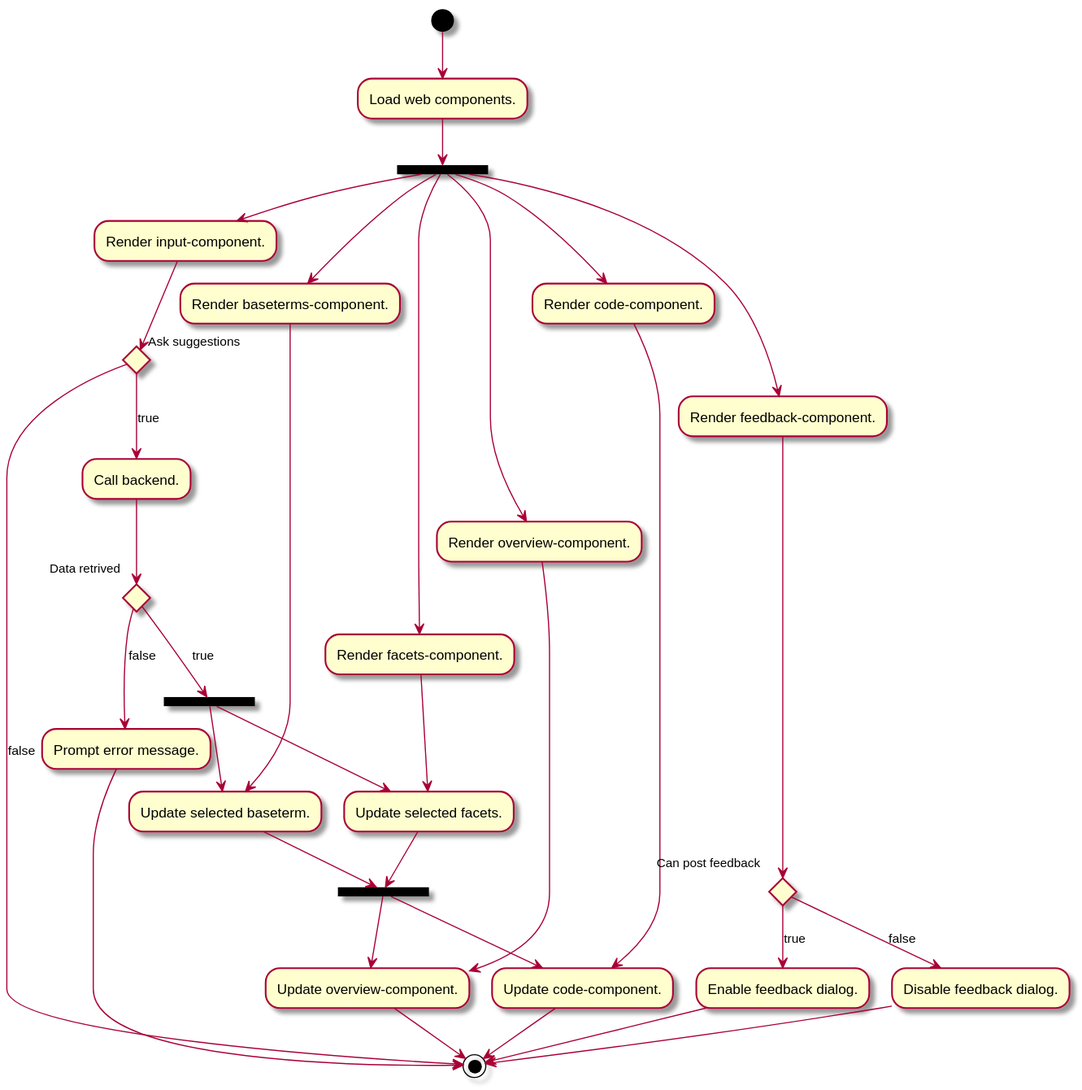
The PlantUML diagram doc/pages/home-page/home-page.svg in openefsa/foodex2-sca-frontend, before a commit.
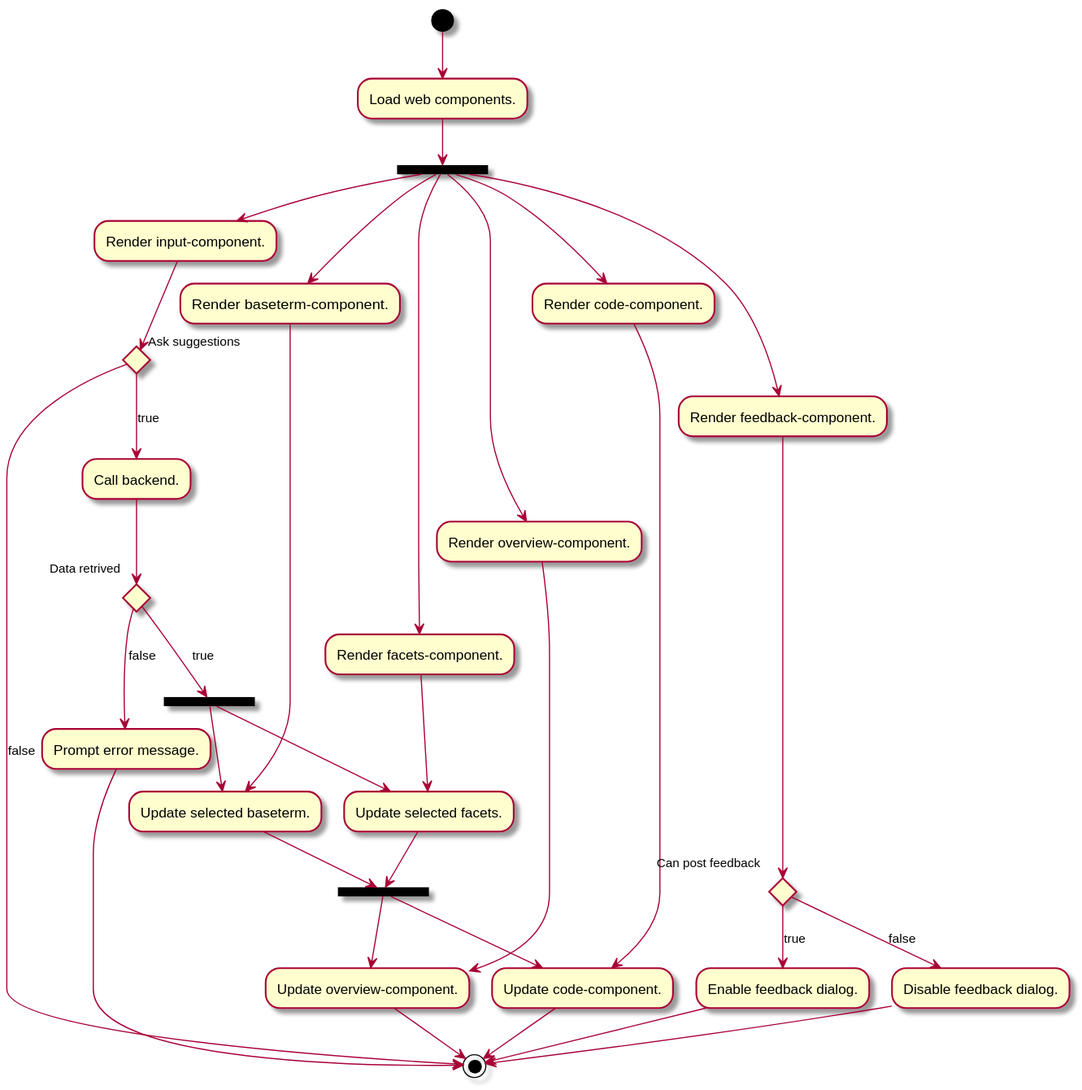
The same diagram one commit later.

What changed in the source:
```diff
@@ -15,7 +15,7 @@
 else
     --> [false] (*)
 endif
-==LOAD_COMPONENTS== --> "Render baseterms-component."
+==LOAD_COMPONENTS== --> "Render baseterm-component."
 --> "Update selected baseterm."
 --> ==RENDER_OW_CD==
 ==LOAD_COMPONENTS== --> "Render facets-component."
```
